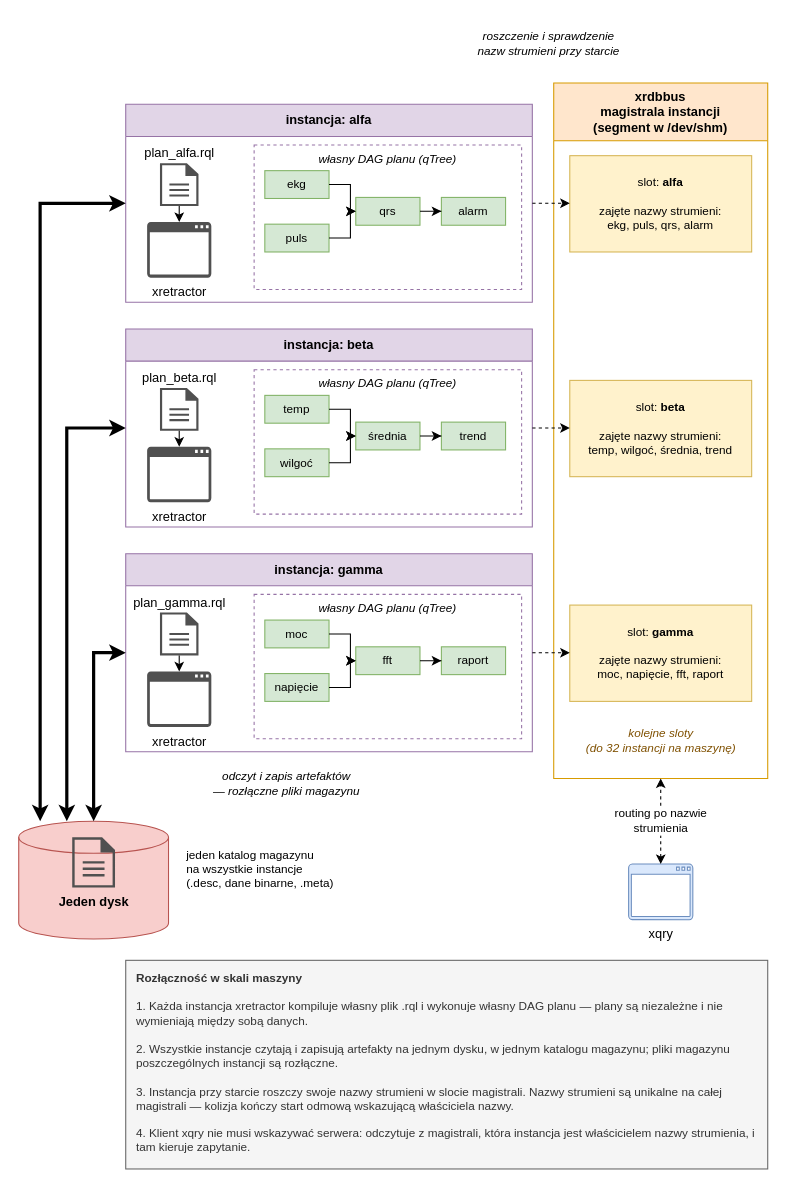
Above: page "Magistrala IPC - ikony" (12 of 13) of assets/zrodlo-rysunkow.drawio in michalwidera/dokumentacja-rdb (draw.io), before the change. Source tidied: cells renumbered, new cells numbered last; positions are measured from the earlier drawing's top-left corner, leaving out a move shared by most shapes. Both pictures are drawn from the tidied source at 107%, with x=0, y=0 at pixel (18, 18).
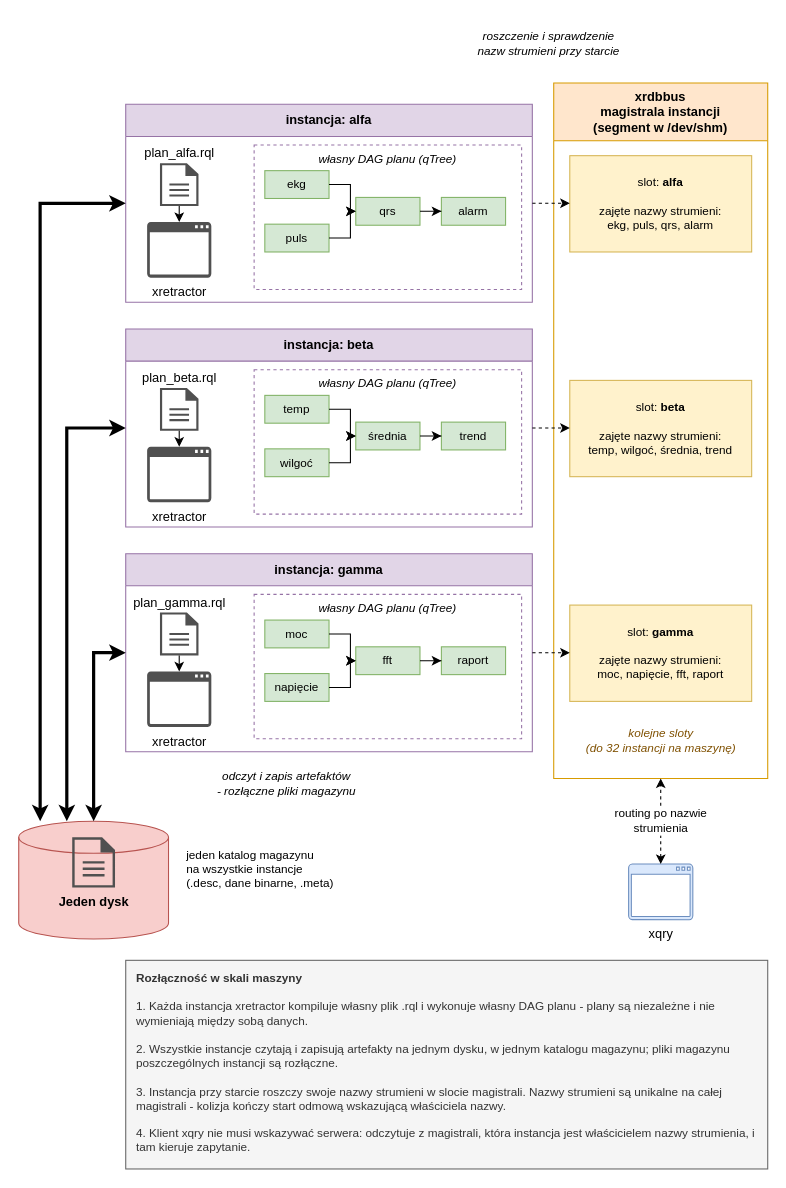
The same page after the edit.

What changed in the source:
```diff
@@
-    <mxCell id="53" value="&lt;div&gt;odczyt i zapis artefaktów&lt;/div&gt;&lt;div&gt;— rozłączne pliki magazynu&lt;/div&gt;" style="text;html=1;align=center;verticalAlign=middle;fontSize=11;fontStyle=2;" parent="1" vertex="1">
+    <mxCell id="53" value="&lt;div&gt;odczyt i zapis artefaktów&lt;/div&gt;&lt;div&gt;- rozłączne pliki magazynu&lt;/div&gt;" style="text;html=1;align=center;verticalAlign=middle;fontSize=11;fontStyle=2;" parent="1" vertex="1">
       <mxGeometry x="150" y="695" width="200" height="40" as="geometry" />
     </mxCell>
@@
-    <mxCell id="56" value="&lt;b&gt;Rozłączność w skali maszyny&lt;/b&gt;&lt;div&gt;&lt;br&gt;&lt;/div&gt;&lt;div&gt;1. Każda instancja xretractor kompiluje własny plik .rql i wykonuje własny DAG planu — plany są niezależne i nie wymieniają między sobą danych.&lt;/div&gt;&lt;div&gt;&lt;br&gt;&lt;/div&gt;&lt;div&gt;2. Wszystkie instancje czytają i zapisują artefakty na jednym dysku, w jednym katalogu magazynu; pliki magazynu poszczególnych instancji są rozłączne.&lt;/div&gt;&lt;div&gt;&lt;br&gt;&lt;/div&gt;&lt;div&gt;3. Instancja przy starcie roszczy swoje nazwy strumieni w slocie magistrali. Nazwy strumieni są unikalne na całej magistrali — kolizja kończy start odmową wskazującą właściciela nazwy.&lt;/div&gt;&lt;div&gt;&lt;br&gt;&lt;/div&gt;&lt;div&gt;4. Klient xqry nie musi wskazywać serwera: odczytuje z magistrali, która instancja jest właścicielem nazwy strumienia, i tam kieruje zapytanie.&lt;/div&gt;" style="rounded=0;whiteSpace=wrap;html=1;fillColor=#f5f5f5;strokeColor=#666666;fontColor=#333333;align=left;verticalAlign=top;spacingLeft=8;spacingRight=8;spacingTop=4;fontSize=11;" parent="1" vertex="1">
+    <mxCell id="56" value="&lt;b&gt;Rozłączność w skali maszyny&lt;/b&gt;&lt;div&gt;&lt;br&gt;&lt;/div&gt;&lt;div&gt;1. Każda instancja xretractor kompiluje własny plik .rql i wykonuje własny DAG planu - plany są niezależne i nie wymieniają między sobą danych.&lt;/div&gt;&lt;div&gt;&lt;br&gt;&lt;/div&gt;&lt;div&gt;2. Wszystkie instancje czytają i zapisują artefakty na jednym dysku, w jednym katalogu magazynu; pliki magazynu poszczególnych instancji są rozłączne.&lt;/div&gt;&lt;div&gt;&lt;br&gt;&lt;/div&gt;&lt;div&gt;3. Instancja przy starcie roszczy swoje nazwy strumieni w slocie magistrali. Nazwy strumieni są unikalne na całej magistrali - kolizja kończy start odmową wskazującą właściciela nazwy.&lt;/div&gt;&lt;div&gt;&lt;br&gt;&lt;/div&gt;&lt;div&gt;4. Klient xqry nie musi wskazywać serwera: odczytuje z magistrali, która instancja jest właścicielem nazwy strumienia, i tam kieruje zapytanie.&lt;/div&gt;" style="rounded=0;whiteSpace=wrap;html=1;fillColor=#f5f5f5;strokeColor=#666666;fontColor=#333333;align=left;verticalAlign=top;spacingLeft=8;spacingRight=8;spacingTop=4;fontSize=11;" parent="1" vertex="1">
       <mxGeometry x="100" y="880" width="600" height="195" as="geometry" />
     </mxCell>
```
